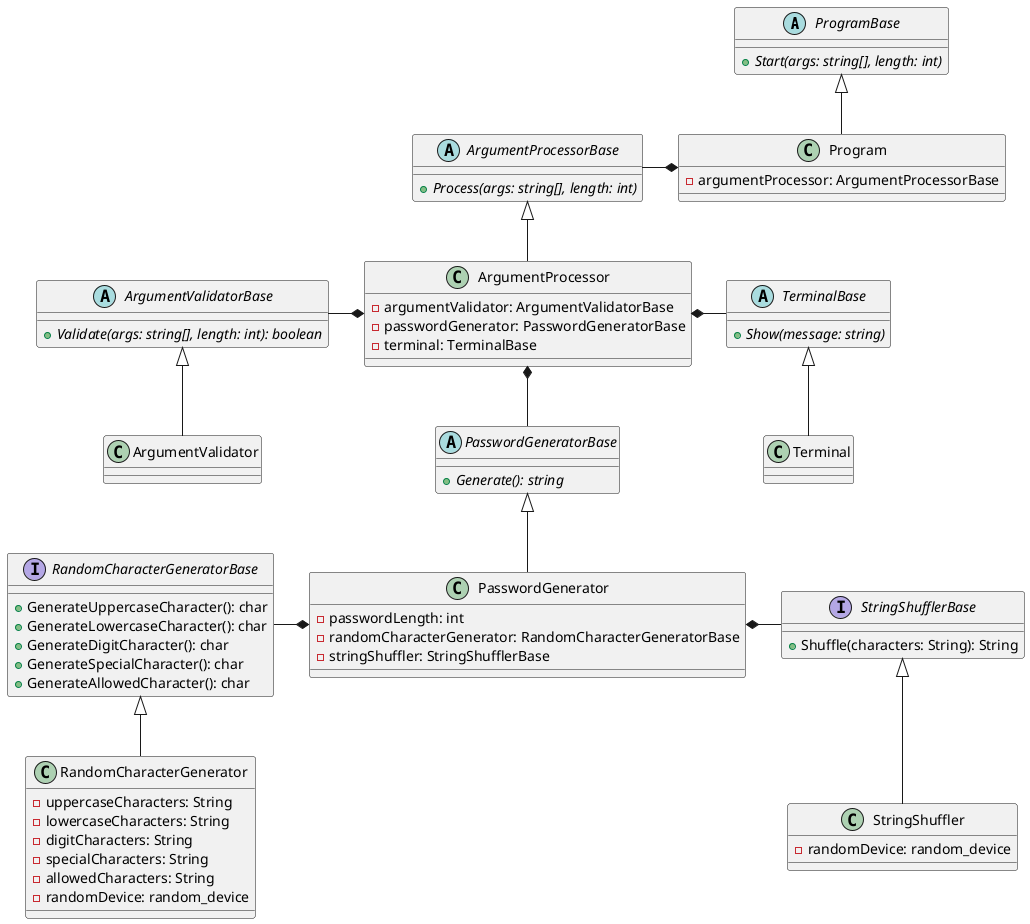
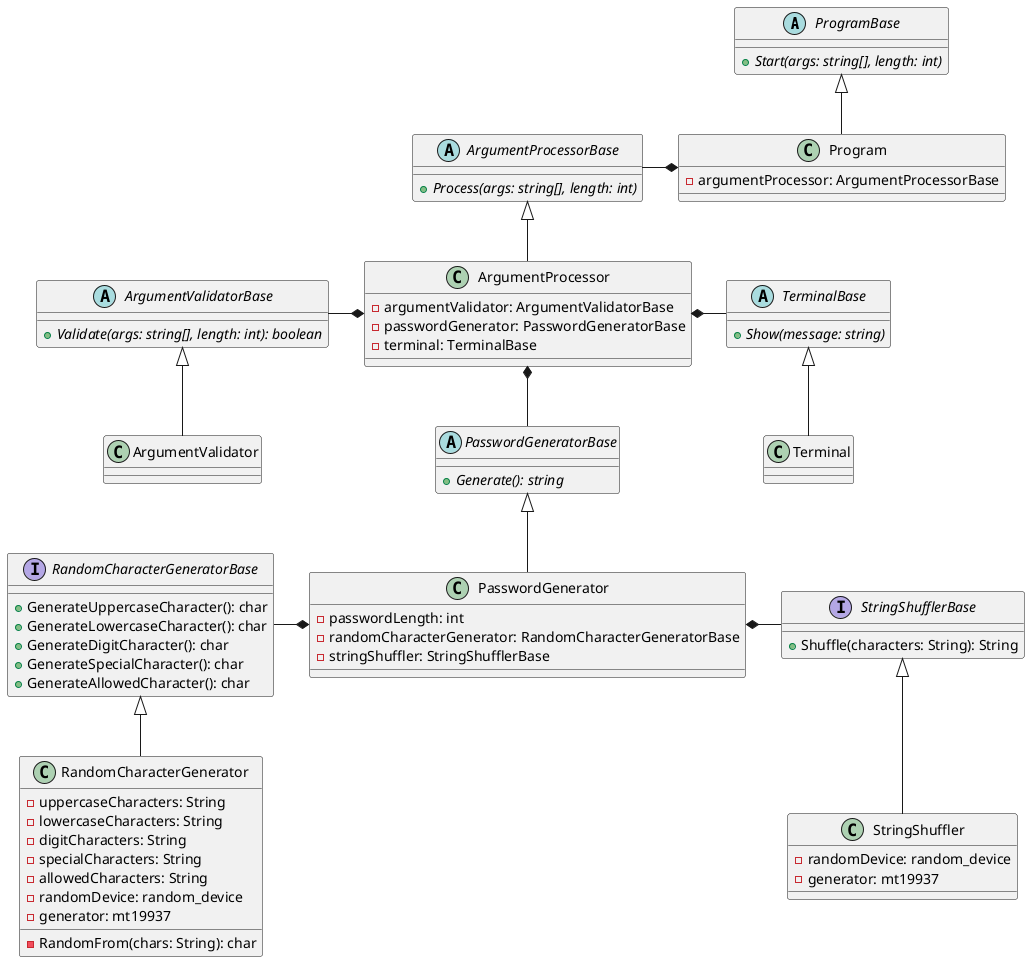
@startuml class
abstract class ProgramBase {
    + {abstract} Start(args: string[], length: int)
}

class Program {
    - argumentProcessor: ArgumentProcessorBase
}

abstract class ArgumentValidatorBase {
    + {abstract} Validate(args: string[], length: int): boolean
}

class ArgumentValidator {
}

abstract class ArgumentProcessorBase {
    + {abstract} Process(args: string[], length: int)
}

class ArgumentProcessor {
    - argumentValidator: ArgumentValidatorBase
    - passwordGenerator: PasswordGeneratorBase
    - terminal: TerminalBase
}

abstract class TerminalBase {
    + {abstract} Show(message: string)
}

class Terminal {
}

abstract class PasswordGeneratorBase {
    + {abstract} Generate(): string
}

class PasswordGenerator {
    - passwordLength: int
    - randomCharacterGenerator: RandomCharacterGeneratorBase
    - stringShuffler: StringShufflerBase
}

interface RandomCharacterGeneratorBase {
    + GenerateUppercaseCharacter(): char
    + GenerateLowercaseCharacter(): char
    + GenerateDigitCharacter(): char
    + GenerateSpecialCharacter(): char
    + GenerateAllowedCharacter(): char
}

class RandomCharacterGenerator {
    - uppercaseCharacters: String
    - lowercaseCharacters: String
    - digitCharacters: String
    - specialCharacters: String
    - allowedCharacters: String
    - randomDevice: random_device
+     - generator: mt19937
+     - RandomFrom(chars: String): char
}

interface StringShufflerBase {
    + Shuffle(characters: String): String
}

class StringShuffler {
    - randomDevice: random_device
+     - generator: mt19937
}

ArgumentValidatorBase <|-- ArgumentValidator
ArgumentProcessorBase <|-- ArgumentProcessor
TerminalBase <|-- Terminal
PasswordGeneratorBase <|-- PasswordGenerator
RandomCharacterGeneratorBase <|-- RandomCharacterGenerator
StringShufflerBase <|-- StringShuffler
ProgramBase <|-- Program

Program *--l ArgumentProcessorBase

ArgumentProcessor *--l ArgumentValidatorBase
ArgumentProcessor *--d PasswordGeneratorBase
ArgumentProcessor *--r TerminalBase

PasswordGenerator *--l RandomCharacterGeneratorBase
PasswordGenerator *--r StringShufflerBase
@enduml